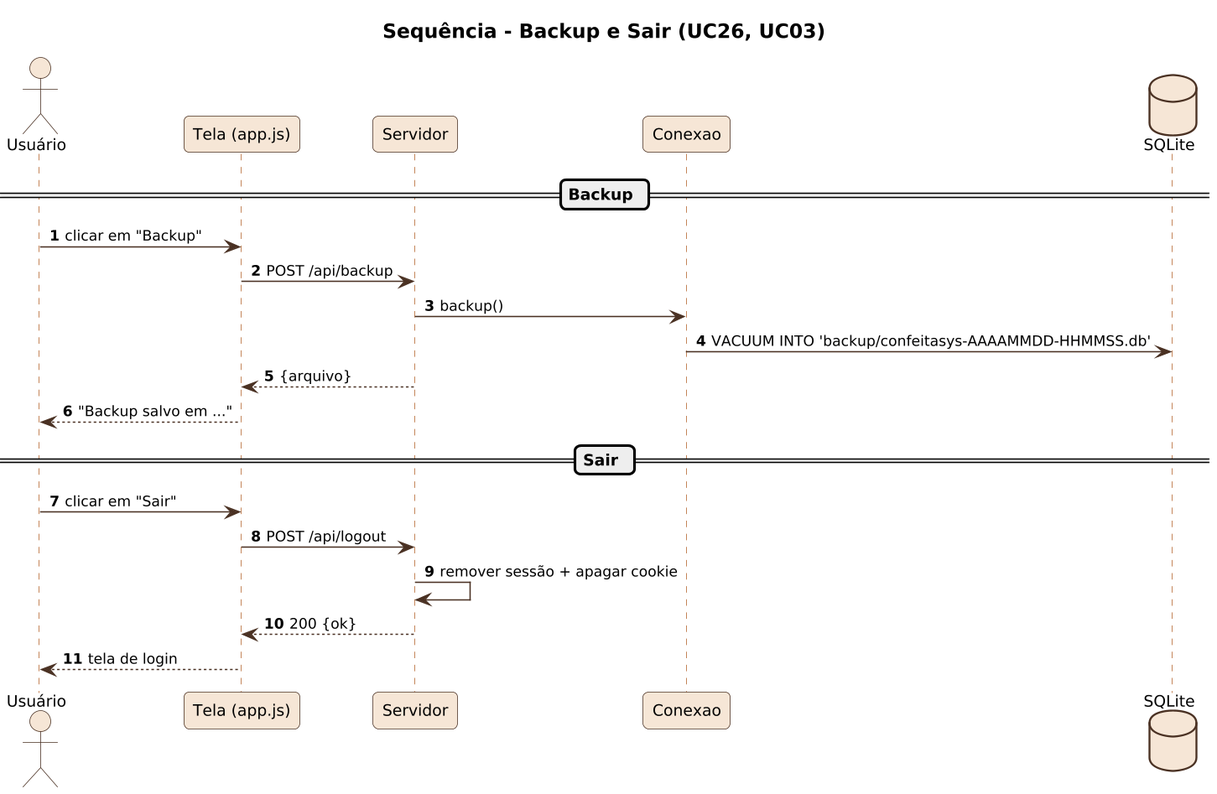
Above: docs/diagramas/png/S16_seq_backup_sair.png in Hallff/ConfeitaSys (PlantUML), before the change.
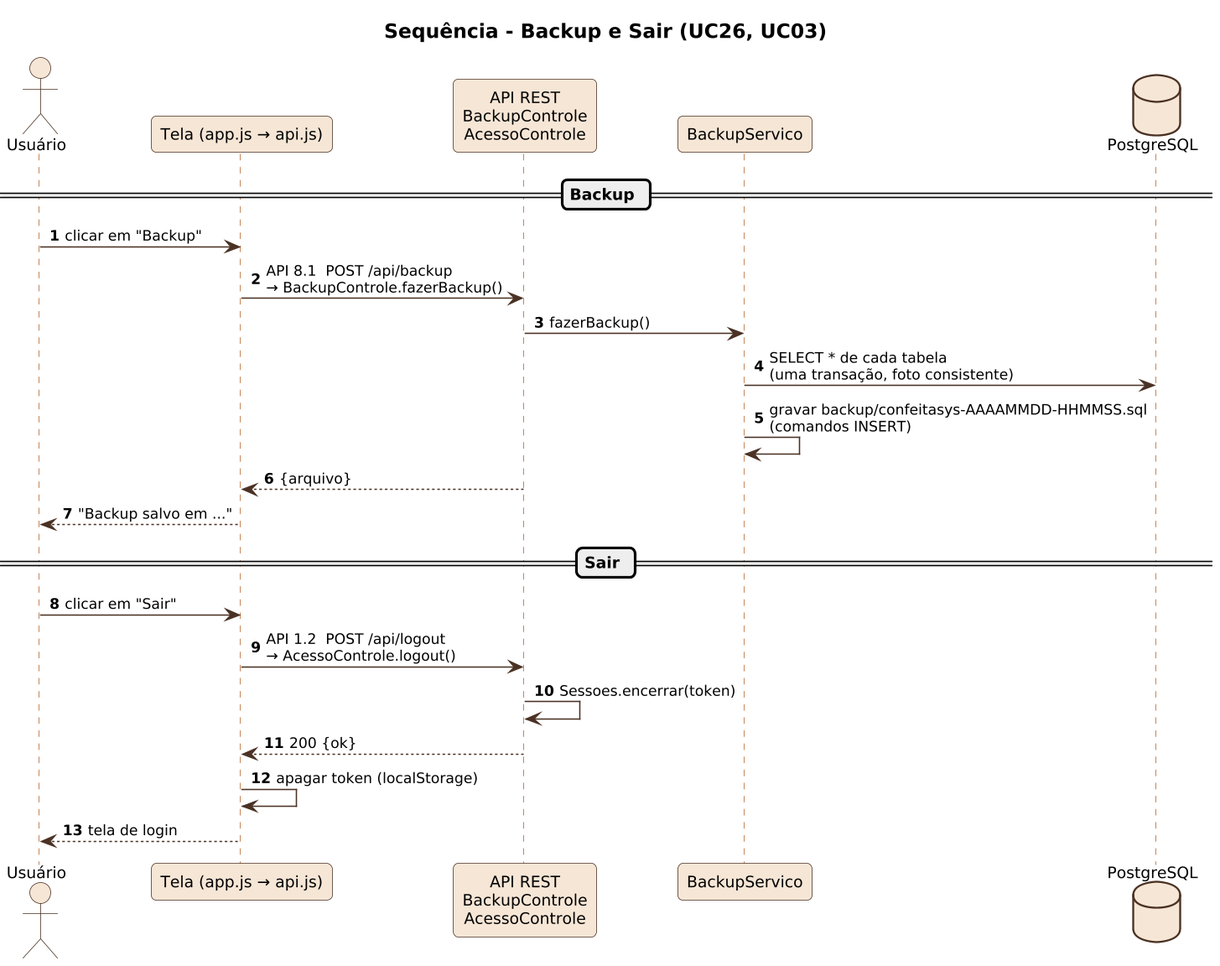
Later version of the same file.

The edit, as a diff of the source:
```diff
@@ -2,21 +2,23 @@
 !include _seq.iuml
 title Sequência - Backup e Sair (UC26, UC03)
 actor Usuário as U
-participant "Tela (app.js)" as T
-participant Servidor as S
-participant Conexao as C
-database SQLite as DB
+participant "Tela (app.js → api.js)" as T
+participant "API REST\nBackupControle\nAcessoControle" as S
+participant BackupServico as C
+database "PostgreSQL" as DB
 == Backup ==
 U -> T : clicar em "Backup"
-T -> S : POST /api/backup
-S -> C : backup()
-C -> DB : VACUUM INTO 'backup/confeitasys-AAAAMMDD-HHMMSS.db'
+T -> S : API 8.1  POST /api/backup\n→ BackupControle.fazerBackup()
+S -> C : fazerBackup()
+C -> DB : SELECT * de cada tabela\n(uma transação, foto consistente)
+C -> C : gravar backup/confeitasys-AAAAMMDD-HHMMSS.sql\n(comandos INSERT)
 S --> T : {arquivo}
 T --> U : "Backup salvo em ..."
 == Sair ==
 U -> T : clicar em "Sair"
-T -> S : POST /api/logout
-S -> S : remover sessão + apagar cookie
+T -> S : API 1.2  POST /api/logout\n→ AcessoControle.logout()
+S -> S : Sessoes.encerrar(token)
 S --> T : 200 {ok}
+T -> T : apagar token (localStorage)
 T --> U : tela de login
 @enduml
```
